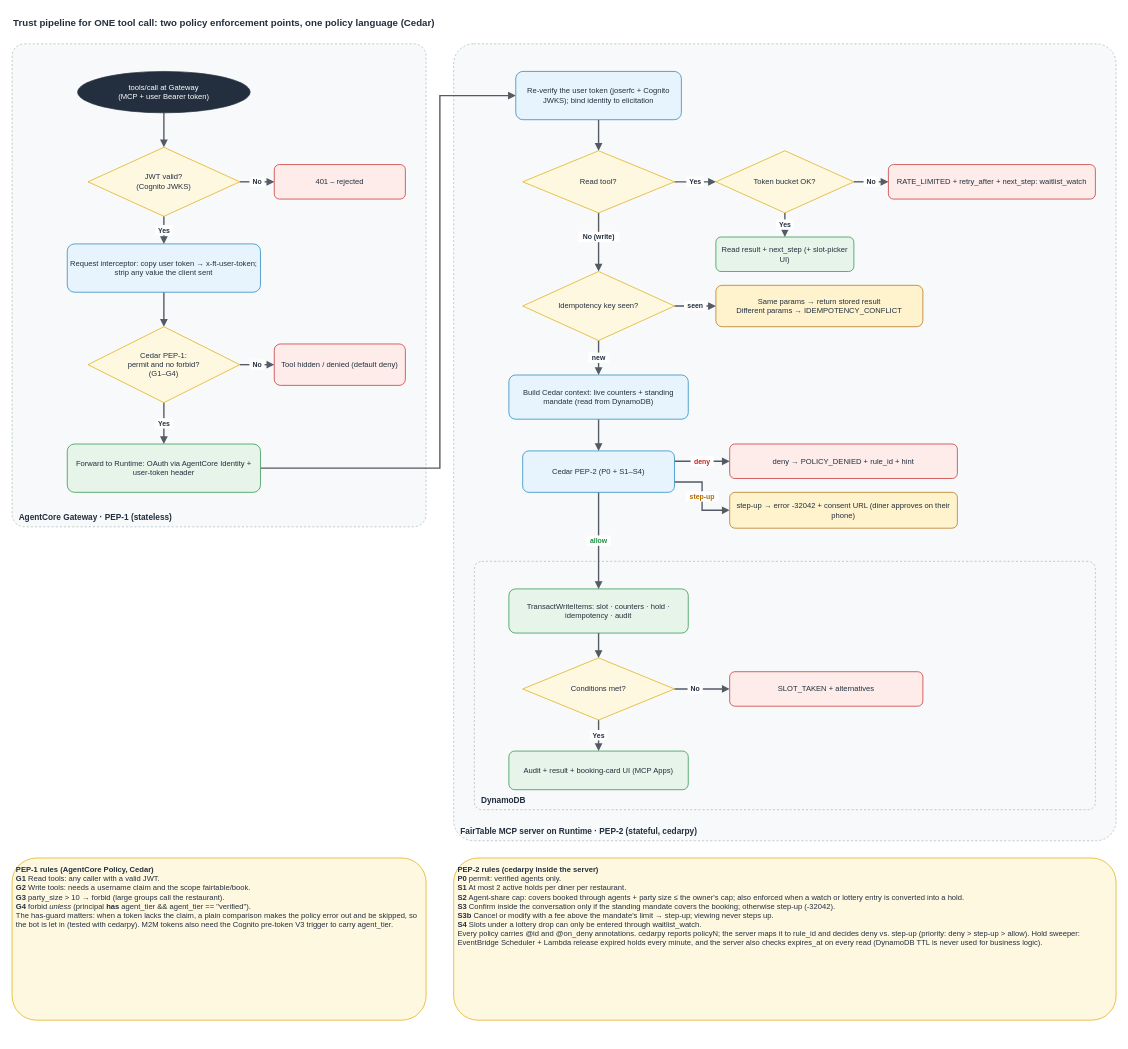
Earlier version of the draw.io diagram page "1. Trust pipeline (2 PEPs)" (1 of 4) of docs/fairtable-flows (1).drawio (thphuc06/FairTable). Source tidied: cells renumbered, new cells numbered last; positions are measured from the earlier drawing's top-left corner, leaving out a move shared by most shapes. Both pictures are drawn from the tidied source at 69%, with x=0, y=0 at pixel (12, 12).
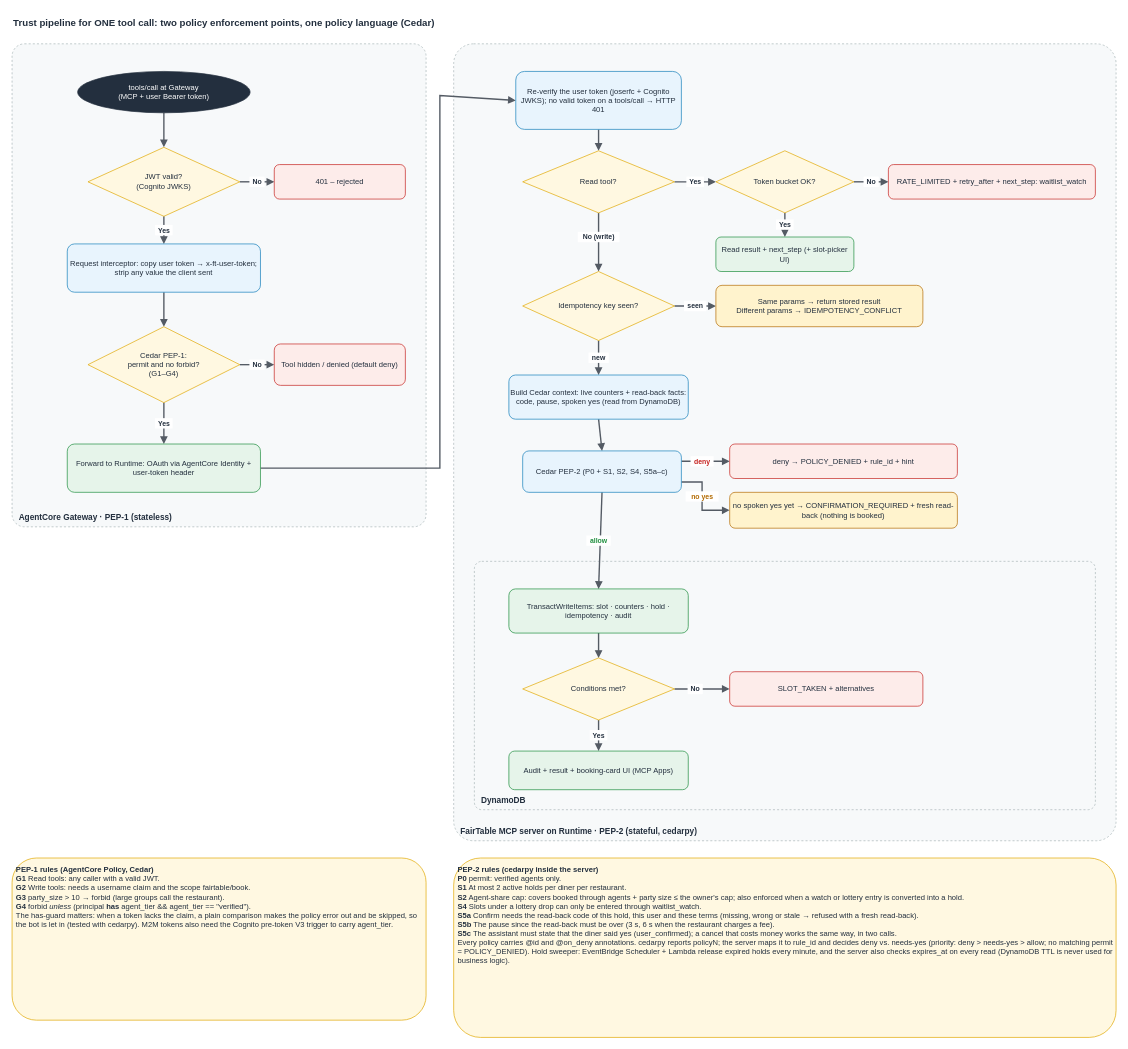
The same page after the edit.

What changed in the source:
```diff
@@
-    <mxCell id="34" value="Re-verify the user token (joserfc + Cognito JWKS); bind identity to elicitation" style="rounded=1;whiteSpace=wrap;html=1;fillColor=#E8F4FD;strokeColor=#147EBA;fontSize=11;fontColor=#232F3E;" parent="1" vertex="1">
-      <mxGeometry x="730" y="86" width="240" height="70" as="geometry" />
+    <mxCell id="34" value="Re-verify the user token (joserfc + Cognito JWKS); no valid token on a tools/call → HTTP 401" style="rounded=1;whiteSpace=wrap;html=1;fillColor=#E8F4FD;strokeColor=#147EBA;fontSize=11;fontColor=#232F3E;" parent="1" vertex="1">
+      <mxGeometry x="730" y="86" width="240" height="84" as="geometry" />
     </mxCell>
@@
-    <mxCell id="41" value="Build Cedar context: live counters + standing mandate (read from DynamoDB)" style="rounded=1;whiteSpace=wrap;html=1;fillColor=#E8F4FD;strokeColor=#147EBA;fontSize=11;fontColor=#232F3E;" parent="1" vertex="1">
+    <mxCell id="41" value="Build Cedar context: live counters + read-back facts: code, pause, spoken yes (read from DynamoDB)" style="rounded=1;whiteSpace=wrap;html=1;fillColor=#E8F4FD;strokeColor=#147EBA;fontSize=11;fontColor=#232F3E;" parent="1" vertex="1">
       <mxGeometry x="720" y="526" width="260" height="64" as="geometry" />
     </mxCell>
-    <mxCell id="42" value="Cedar PEP-2 (P0 + S1–S4)" style="rounded=1;whiteSpace=wrap;html=1;fillColor=#E8F4FD;strokeColor=#147EBA;fontSize=11;fontColor=#232F3E;" parent="1" vertex="1">
-      <mxGeometry x="740" y="636" width="220" height="60" as="geometry" />
+    <mxCell id="42" value="Cedar PEP-2 (P0 + S1, S2, S4, S5a–c)" style="rounded=1;whiteSpace=wrap;html=1;fillColor=#E8F4FD;strokeColor=#147EBA;fontSize=11;fontColor=#232F3E;" parent="1" vertex="1">
+      <mxGeometry x="740" y="636" width="230" height="60" as="geometry" />
     </mxCell>
@@
-    <mxCell id="44" value="step-up → error -32042 + consent URL (diner approves on their phone)" style="rounded=1;whiteSpace=wrap;html=1;fillColor=#FFF3CD;strokeColor=#B26A00;fontSize=11;fontColor=#232F3E;" parent="1" vertex="1">
+    <mxCell id="44" value="no spoken yes yet → CONFIRMATION_REQUIRED + fresh read-back (nothing is booked)" style="rounded=1;whiteSpace=wrap;html=1;fillColor=#FFF3CD;strokeColor=#B26A00;fontSize=11;fontColor=#232F3E;" parent="1" vertex="1">
       <mxGeometry x="1040" y="696" width="330" height="52" as="geometry" />
     </mxCell>
@@
-    <mxCell id="50" value="&lt;b&gt;PEP-2 rules (cedarpy inside the server)&lt;/b&gt;&lt;br&gt;&lt;b&gt;P0&lt;/b&gt; permit: verified agents only.&lt;br&gt;&lt;b&gt;S1&lt;/b&gt; At most 2 active holds per diner per restaurant.&lt;br&gt;&lt;b&gt;S2&lt;/b&gt; Agent-share cap: covers booked through agents + party size ≤ the owner's cap; also enforced when a watch or lottery entry is converted into a hold.&lt;br&gt;&lt;b&gt;S3&lt;/b&gt; Confirm inside the conversation only if the standing mandate covers the booking; otherwise step-up (-32042).&lt;br&gt;&lt;b&gt;S3b&lt;/b&gt; Cancel or modify with a fee above the mandate's limit → step-up; viewing never steps up.&lt;br&gt;&lt;b&gt;S4&lt;/b&gt; Slots under a lottery drop can only be entered through waitlist_watch.&lt;br&gt;Every policy carries @id and @on_deny annotations. cedarpy reports policyN; the server maps it to rule_id and decides deny vs. step-up (priority: deny &amp;gt; step-up &amp;gt; allow). Hold sweeper: EventBridge Scheduler + Lambda release expired holds every minute, and the server also checks expires_at on every read (DynamoDB TTL is never used for business logic)." style="text;html=1;whiteSpace=wrap;align=left;verticalAlign=top;fontSize=11;spacing=6;fontColor=#232F3E;fillColor=#FFF8E1;strokeColor=#E0A800;rounded=1;" parent="1" vertex="1">
-      <mxGeometry x="640" y="1226" width="960" height="235" as="geometry" />
+    <mxCell id="50" value="&lt;b&gt;PEP-2 rules (cedarpy inside the server)&lt;/b&gt;&lt;br&gt;&lt;b&gt;P0&lt;/b&gt; permit: verified agents only.&lt;br&gt;&lt;b&gt;S1&lt;/b&gt; At most 2 active holds per diner per restaurant.&lt;br&gt;&lt;b&gt;S2&lt;/b&gt; Agent-share cap: covers booked through agents + party size ≤ the owner's cap; also enforced when a watch or lottery entry is converted into a hold.&lt;br&gt;&lt;b&gt;S4&lt;/b&gt; Slots under a lottery drop can only be entered through waitlist_watch.&lt;br&gt;&lt;b&gt;S5a&lt;/b&gt; Confirm needs the read-back code of this hold, this user and these terms (missing, wrong or stale → refused with a fresh read-back).&lt;br&gt;&lt;b&gt;S5b&lt;/b&gt; The pause since the read-back must be over (3 s, 6 s when the restaurant charges a fee).&lt;br&gt;&lt;b&gt;S5c&lt;/b&gt; The assistant must state that the diner said yes (user_confirmed); a cancel that costs money works the same way, in two calls.&lt;br&gt;Every policy carries @id and @on_deny annotations. cedarpy reports policyN; the server maps it to rule_id and decides deny vs. needs-yes (priority: deny &amp;gt; needs-yes &amp;gt; allow; no matching permit = POLICY_DENIED). Hold sweeper: EventBridge Scheduler + Lambda release expired holds every minute, and the server also checks expires_at on every read (DynamoDB TTL is never used for business logic)." style="text;html=1;whiteSpace=wrap;align=left;verticalAlign=top;fontSize=11;spacing=6;fontColor=#232F3E;fillColor=#FFF8E1;strokeColor=#E0A800;rounded=1;" parent="1" vertex="1">
+      <mxGeometry x="640" y="1226" width="960" height="260" as="geometry" />
     </mxCell>
@@
-    <mxCell id="62" value="step-up" style="text;html=1;align=center;verticalAlign=middle;fontSize=10;fontStyle=1;fontColor=#B26A00;fillColor=#FFFFFF;strokeColor=none;spacing=0;" parent="1" vertex="1">
+    <mxCell id="62" value="no yes" style="text;html=1;align=center;verticalAlign=middle;fontSize=10;fontStyle=1;fontColor=#B26A00;fillColor=#FFFFFF;strokeColor=none;spacing=0;" parent="1" vertex="1">
       <mxGeometry x="976.2" y="694.5" width="47.7" height="15" as="geometry" />
     </mxCell>
```
